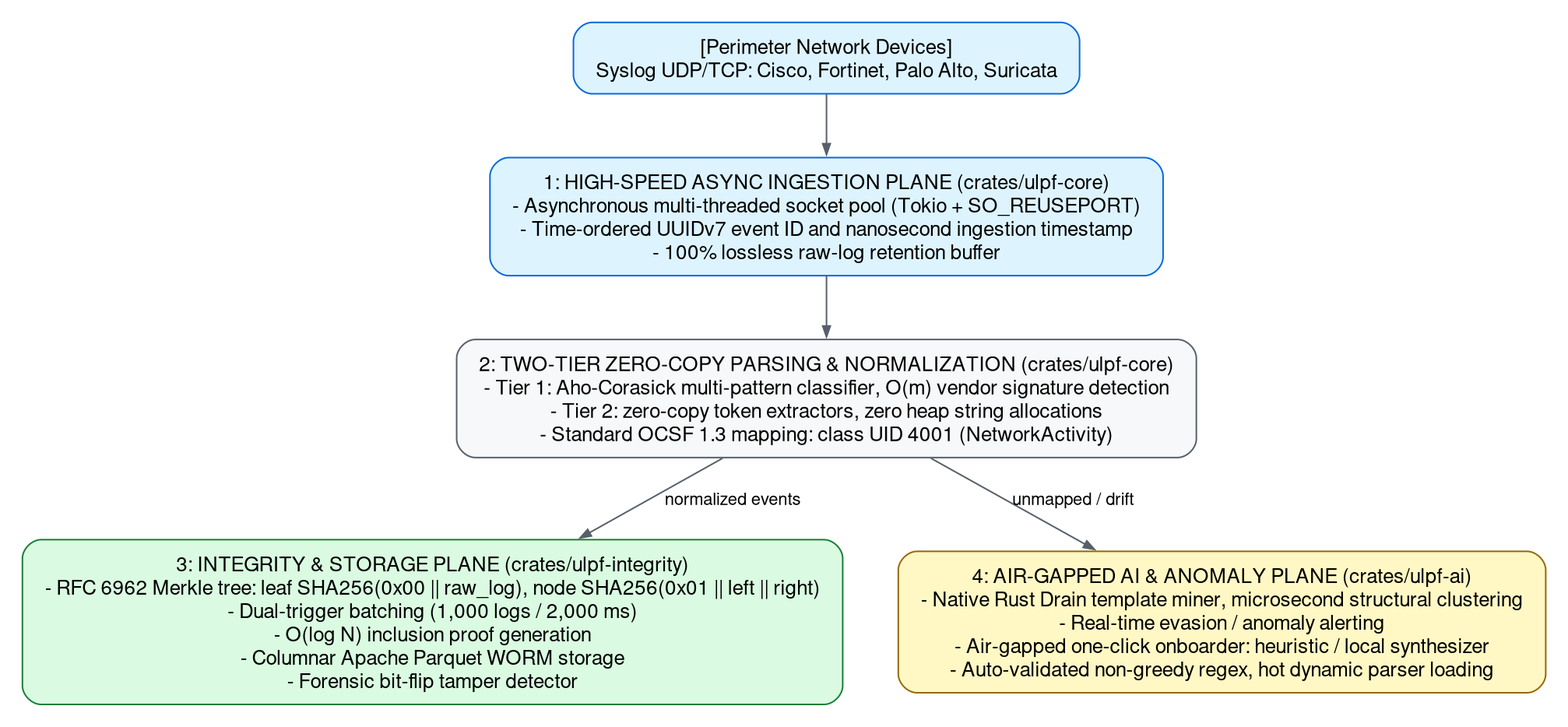
The Graphviz diagram docs/diagrams/ulpf-architecture-planes.png in animishraa05/layaRustparser, before a commit. Its source is kept beside it as docs/diagrams/ulpf-architecture-planes.dot.
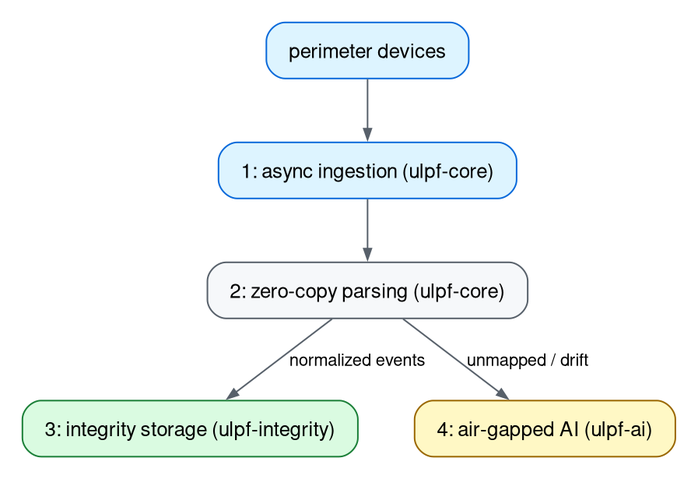
The same file after the commit.

What changed in the source:
```diff
@@ -3,15 +3,15 @@
   node [shape="box", style="filled,rounded", fillcolor="#f6f8fa", color="#57606a", fontname="Helvetica", fontsize="13", margin="0.20,0.11"];
   edge [color="#57606a", fontname="Helvetica", fontsize="11", arrowsize="0.7"];
 
-  src [label="[Perimeter Network Devices]\nSyslog UDP/TCP: Cisco, Fortinet, Palo Alto, Suricata", fillcolor="#ddf4ff", color="#0969da"];
+  src [label="perimeter devices", fillcolor="#ddf4ff", color="#0969da"];
 
-  p1 [label="1: HIGH-SPEED ASYNC INGESTION PLANE (crates/ulpf-core)\n- Asynchronous multi-threaded socket pool (Tokio + SO_REUSEPORT)\n- Time-ordered UUIDv7 event ID and nanosecond ingestion timestamp\n- 100% lossless raw-log retention buffer", fillcolor="#ddf4ff", color="#0969da"];
+  p1 [label="1: async ingestion (ulpf-core)", fillcolor="#ddf4ff", color="#0969da"];
 
-  p2 [label="2: TWO-TIER ZERO-COPY PARSING & NORMALIZATION (crates/ulpf-core)\n- Tier 1: Aho-Corasick multi-pattern classifier, O(m) vendor signature detection\n- Tier 2: zero-copy token extractors, zero heap string allocations\n- Standard OCSF 1.3 mapping: class UID 4001 (NetworkActivity)"];
+  p2 [label="2: zero-copy parsing (ulpf-core)"];
 
-  p3 [label="3: INTEGRITY & STORAGE PLANE (crates/ulpf-integrity)\n- RFC 6962 Merkle tree: leaf SHA256(0x00 || raw_log), node SHA256(0x01 || left || right)\n- Dual-trigger batching (1,000 logs / 2,000 ms)\n- O(log N) inclusion proof generation\n- Columnar Apache Parquet WORM storage\n- Forensic bit-flip tamper detector", fillcolor="#dafbe1", color="#1a7f37"];
+  p3 [label="3: integrity storage (ulpf-integrity)", fillcolor="#dafbe1", color="#1a7f37"];
 
-  p4 [label="4: AIR-GAPPED AI & ANOMALY PLANE (crates/ulpf-ai)\n- Native Rust Drain template miner, microsecond structural clustering\n- Real-time evasion / anomaly alerting\n- Air-gapped one-click onboarder: heuristic / local synthesizer\n- Auto-validated non-greedy regex, hot dynamic parser loading", fillcolor="#fff8c5", color="#9a6700"];
+  p4 [label="4: air-gapped AI (ulpf-ai)", fillcolor="#fff8c5", color="#9a6700"];
 
   src -> p1 -> p2;
   p2 -> p3 [label="normalized events"];
```
